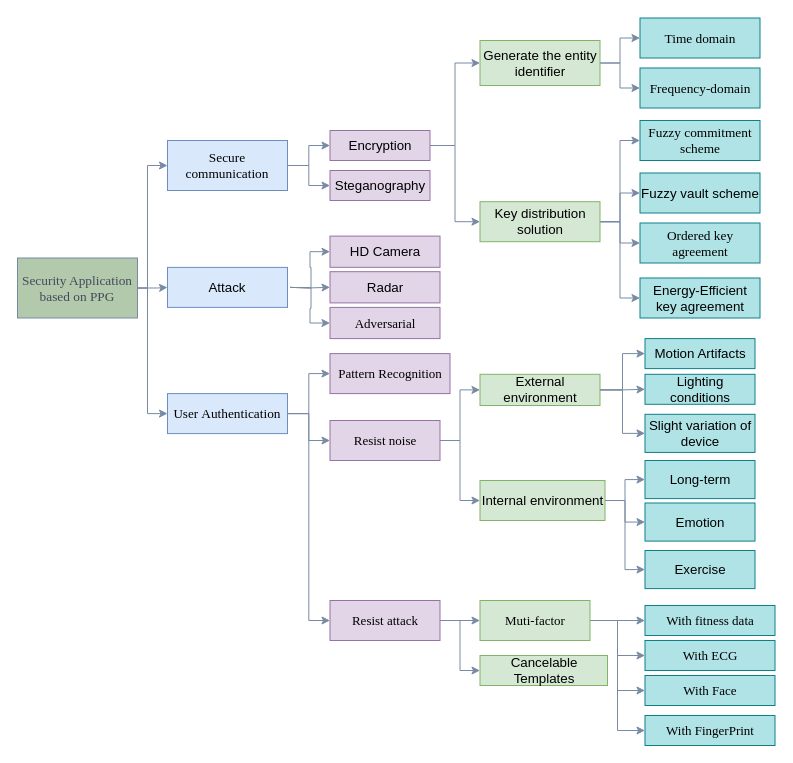
NasTul/Diagrams keeps this draw.io diagram as classDiagram.drawio. Above is the earlier version. Source tidied: cells renumbered, new cells numbered last; positions are measured from the earlier drawing's top-left corner, leaving out a move shared by most shapes. Both pictures are drawn from the tidied source at 100%, with x=0, y=0 at pixel (17, 18).
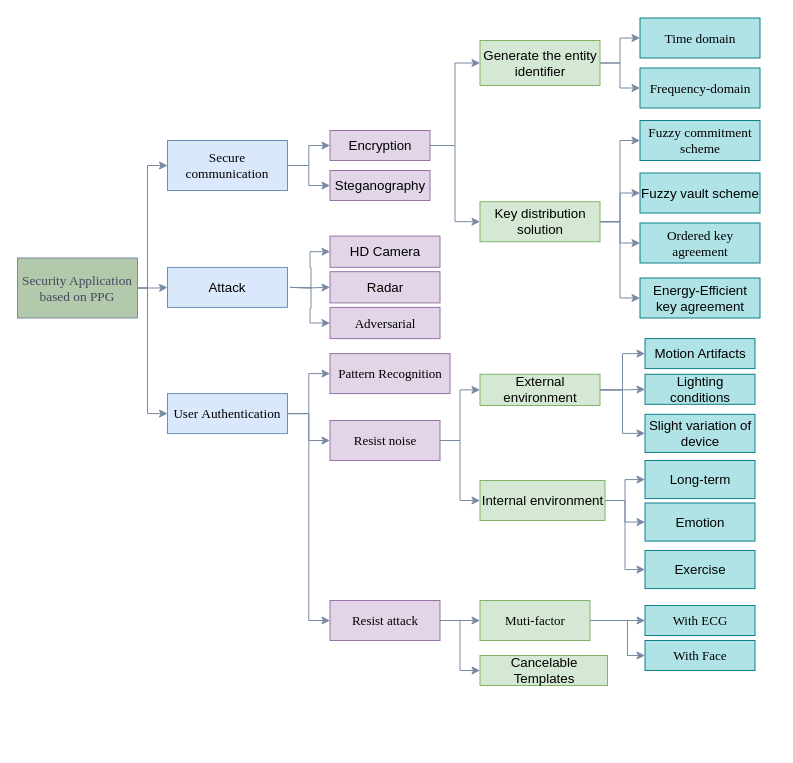
Above is the later version.

The change refers to these unchanged cells:
```xml
<mxCell id="52" value="&lt;font face=&quot;Times New Roman&quot;&gt;Muti-factor&lt;/font&gt;" style="rounded=0;whiteSpace=wrap;html=1;fontSize=13;fillColor=#d5e8d4;strokeColor=#82b366;" parent="1" vertex="1">
  <mxGeometry x="462.5" y="582" width="110" height="40" as="geometry" />
</mxCell>
```

Change to the diagram source:
```diff
@@
-    <mxCell id="48" style="edgeStyle=orthogonalEdgeStyle;rounded=0;jettySize=auto;html=1;fillColor=#B2C9AB;strokeColor=#788AA3;fontColor=#46495D;" parent="1" edge="1" source="52" target="55">
-      <mxGeometry relative="1" as="geometry" />
-    </mxCell>
@@
     <mxCell id="50" style="edgeStyle=orthogonalEdgeStyle;rounded=0;jettySize=auto;html=1;entryX=0;entryY=0.5;entryDx=0;entryDy=0;fillColor=#B2C9AB;strokeColor=#788AA3;fontColor=#46495D;" parent="1" edge="1" source="52" target="57">
-      <mxGeometry relative="1" as="geometry" />
+      <mxGeometry relative="1" as="geometry">
+        <Array as="points">
+          <mxPoint x="610" y="602" />
+          <mxPoint x="610" y="637" />
+        </Array>
+      </mxGeometry>
     </mxCell>
-    <mxCell id="51" style="edgeStyle=orthogonalEdgeStyle;rounded=0;jettySize=auto;html=1;entryX=0;entryY=0.5;entryDx=0;entryDy=0;fillColor=#B2C9AB;strokeColor=#788AA3;fontColor=#46495D;" parent="1" edge="1" source="52" target="58">
-      <mxGeometry relative="1" as="geometry" />
-    </mxCell>
@@
-    <mxCell id="55" value="&lt;font face=&quot;Times New Roman&quot;&gt;With&amp;nbsp;fitness data&lt;/font&gt;" style="whiteSpace=wrap;html=1;rounded=0;fontSize=13;strokeColor=#0e8088;fillColor=#b0e3e6;" parent="1" vertex="1">
-      <mxGeometry x="627.5" y="587" width="130" height="30" as="geometry" />
-    </mxCell>
     <mxCell id="56" value="&lt;font face=&quot;Times New Roman&quot;&gt;With&amp;nbsp;ECG&lt;/font&gt;" style="whiteSpace=wrap;html=1;rounded=0;fontSize=13;strokeColor=#0e8088;fillColor=#b0e3e6;" parent="1" vertex="1">
-      <mxGeometry x="627.5" y="622" width="130" height="30" as="geometry" />
+      <mxGeometry x="627.5" y="587" width="110" height="30" as="geometry" />
     </mxCell>
     <mxCell id="57" value="&lt;font face=&quot;Times New Roman&quot;&gt;With&amp;nbsp;Face&lt;/font&gt;" style="whiteSpace=wrap;html=1;rounded=0;fontSize=13;strokeColor=#0e8088;fillColor=#b0e3e6;" parent="1" vertex="1">
-      <mxGeometry x="627.5" y="657" width="130" height="30" as="geometry" />
+      <mxGeometry x="627.5" y="622" width="110" height="30" as="geometry" />
     </mxCell>
-    <mxCell id="58" value="&lt;font face=&quot;Times New Roman&quot;&gt;With&amp;nbsp;FingerPrint&lt;/font&gt;" style="whiteSpace=wrap;html=1;rounded=0;fontSize=13;strokeColor=#0e8088;fillColor=#b0e3e6;" parent="1" vertex="1">
-      <mxGeometry x="627.5" y="697" width="130" height="30" as="geometry" />
-    </mxCell>
```
